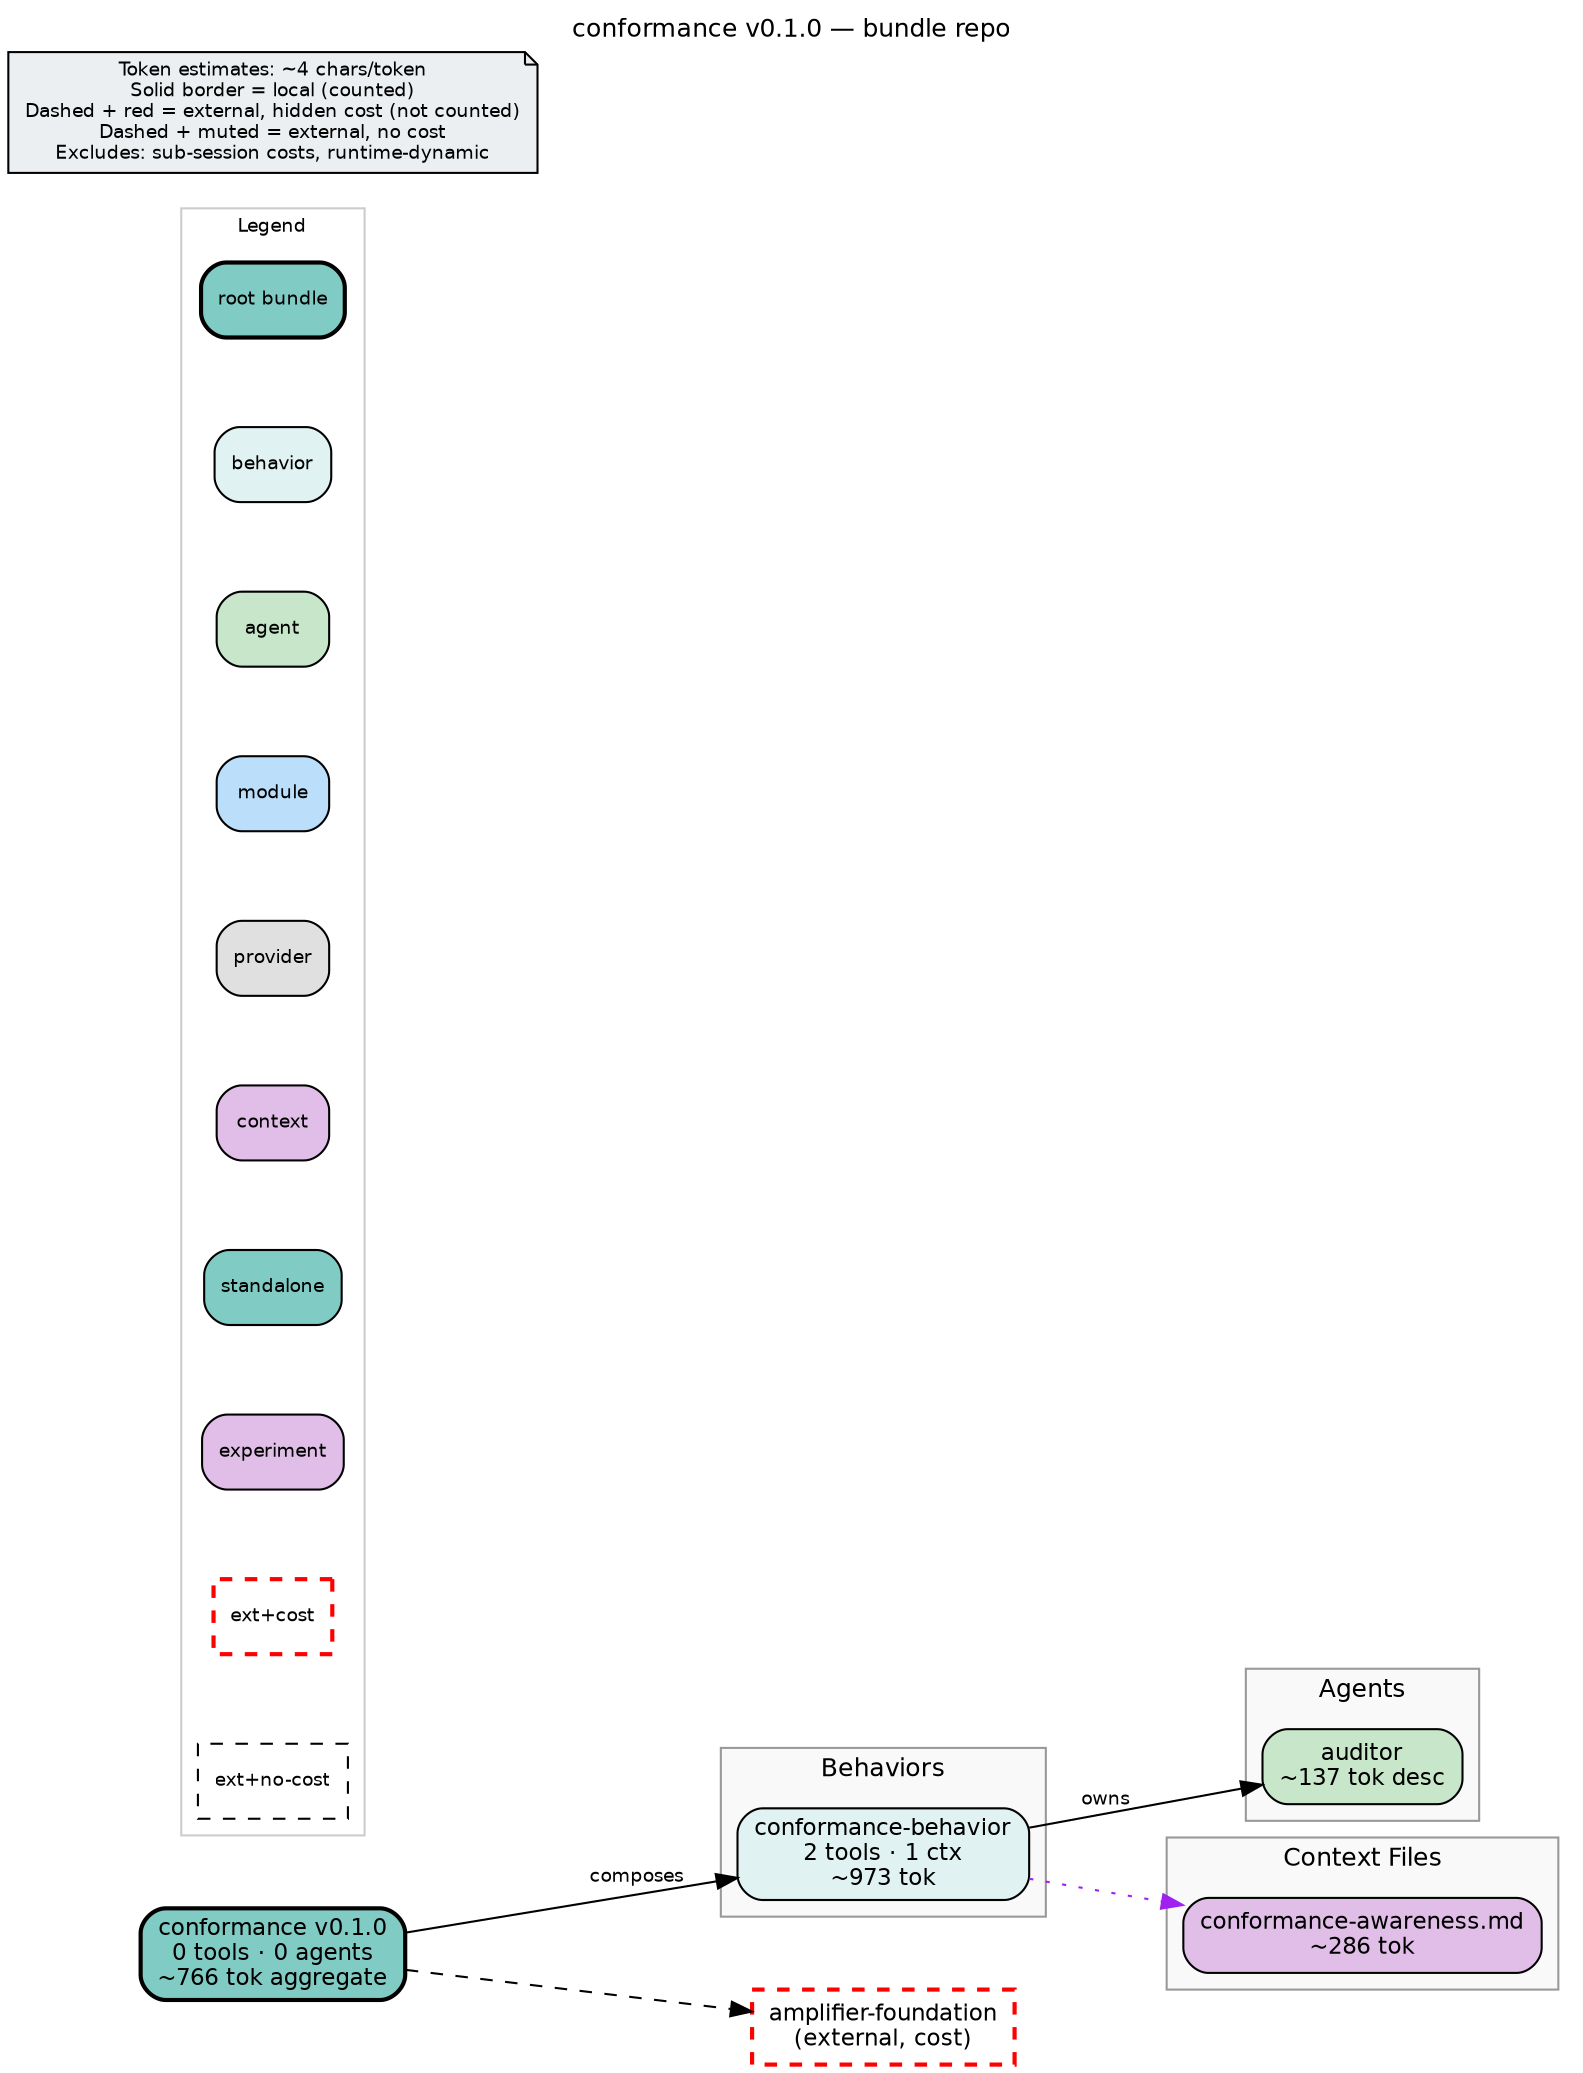
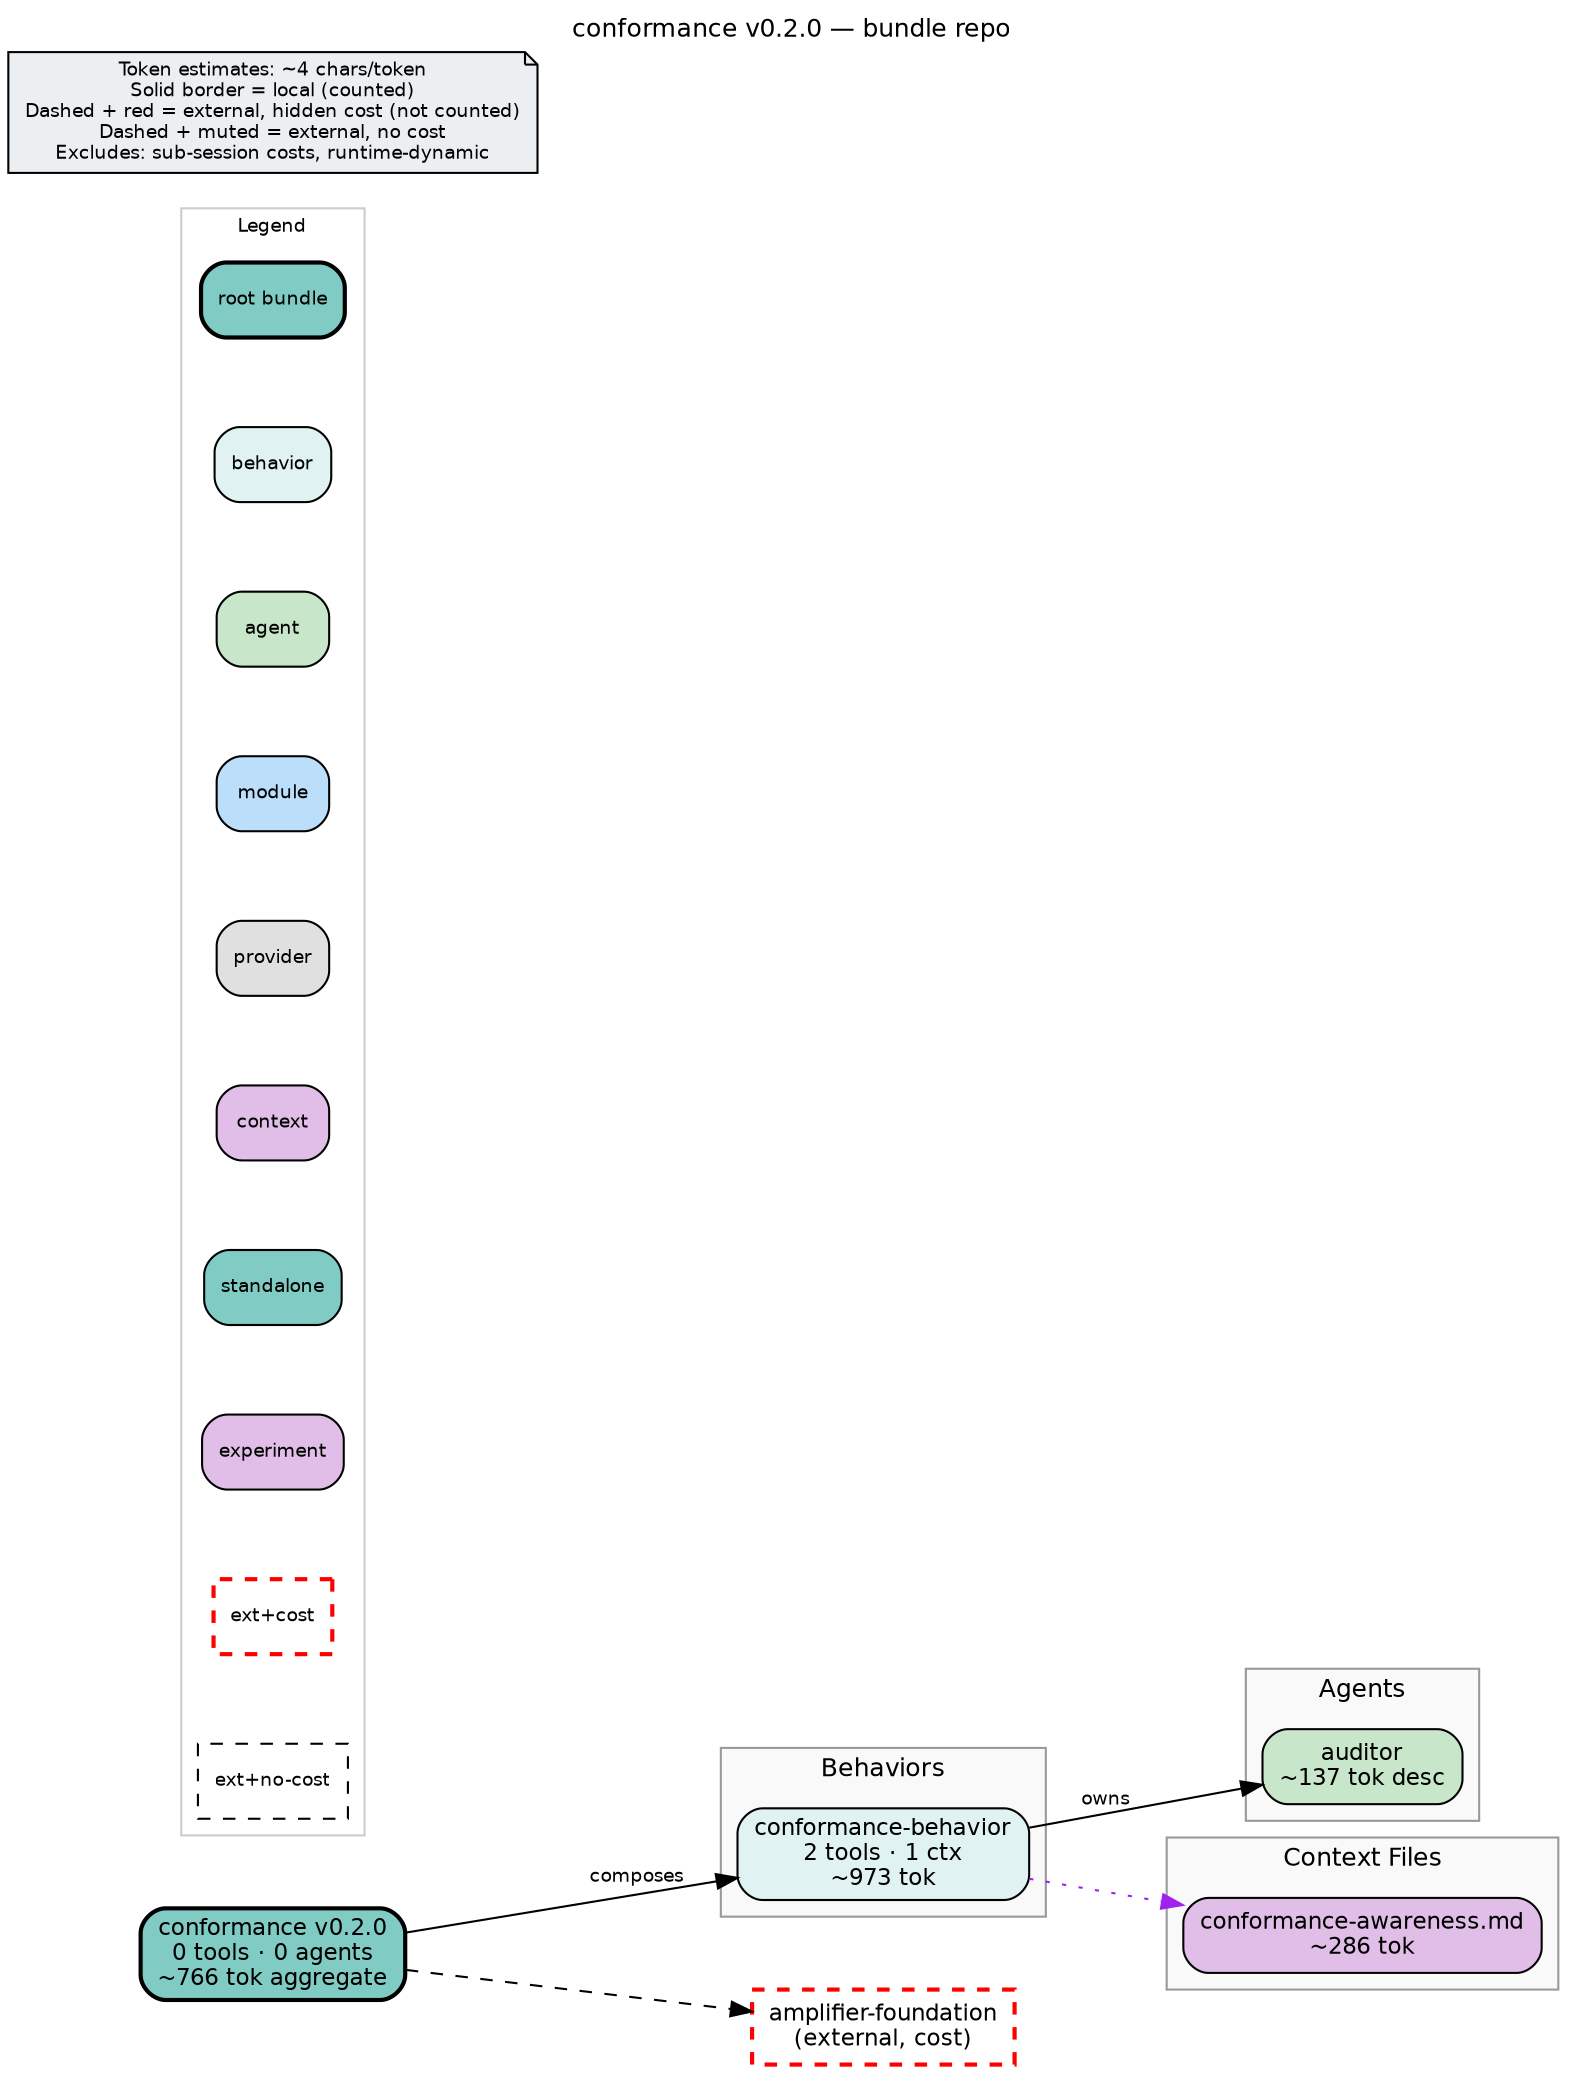
digraph conformance {
    rankdir=LR
    fontname="Helvetica"
    fontsize=12
-     label="conformance v0.1.0 — bundle repo"
+     label="conformance v0.2.0 — bundle repo"
    labelloc=t
    labeljust=c
    nodesep=0.6
    ranksep=0.7
    bgcolor="white"
-     source_hash="46a6294b0296615882d3e3f3e3d87af1550cfecb727206c663cbd9d64c91bae9"
+     source_hash="894d55164e123ddc59e49bcc88c474ae6d5c4822ad04084eeaab1399905e5b2b"

    node [fontname="Helvetica", fontsize=11, style="filled,rounded"]
    edge [fontname="Helvetica", fontsize=9]

-     root_conformance [label="conformance v0.1.0\n0 tools · 0 agents\n~766 tok aggregate", shape=box, fillcolor="#80cbc4", style="filled,rounded,bold", penwidth=2]
+     root_conformance [label="conformance v0.2.0\n0 tools · 0 agents\n~766 tok aggregate", shape=box, fillcolor="#80cbc4", style="filled,rounded,bold", penwidth=2]

    subgraph cluster_behaviors {
        label="Behaviors"
        style="filled"
        fillcolor="#f9f9f9"
        color="#999999"

        beh_conformance_behavior [label="conformance-behavior\n2 tools · 1 ctx\n~973 tok", shape=box, fillcolor="#e0f2f1", style="filled,rounded"]
    }

    subgraph cluster_agents {
        label="Agents"
        style="filled"
        fillcolor="#f9f9f9"
        color="#999999"

        agt_auditor [label="auditor\n~137 tok desc", shape=box, fillcolor="#c8e6c9", style="filled,rounded"]
    }

    subgraph cluster_context {
        label="Context Files"
        style="filled"
        fillcolor="#f9f9f9"
        color="#999999"

        ctx_conformance_awareness_md [label="conformance-awareness.md\n~286 tok", shape=box, fillcolor="#e1bee7", style="filled,rounded"]
    }

    subgraph cluster_legend {
        label="Legend"
        style="filled"
        fillcolor="white"
        color="#cccccc"
        fontsize=9

        leg_root [label="root bundle", shape=box, fillcolor="#80cbc4", style="filled,rounded,bold", fontsize=9]
        leg_behavior [label="behavior", shape=box, fillcolor="#e0f2f1", style="filled,rounded", fontsize=9]
        leg_agent [label="agent", shape=box, fillcolor="#c8e6c9", style="filled,rounded", fontsize=9]
        leg_module [label="module", shape=box, fillcolor="#bbdefb", style="filled,rounded", fontsize=9]
        leg_provider [label="provider", shape=box, fillcolor="#e0e0e0", style="filled,rounded", fontsize=9]
        leg_context [label="context", shape=box, fillcolor="#e1bee7", style="filled,rounded", fontsize=9]
        leg_standalone [label="standalone", shape=box, fillcolor="#80cbc4", style="filled,rounded", fontsize=9]
        leg_experiment [label="experiment", shape=box, fillcolor="#e1bee7", style="filled,rounded", fontsize=9]
        leg_ext_cost [label="ext+cost", shape=box, fillcolor="#80cbc4", style="dashed", color="red", penwidth=2, fontsize=9]
        leg_ext_muted [label="ext+no-cost", shape=box, fillcolor="#f5f5f5", style="dashed", fontsize=9]
    }

    disclaimer [label="Token estimates: ~4 chars/token\nSolid border = local (counted)\nDashed + red = external, hidden cost (not counted)\nDashed + muted = external, no cost\nExcludes: sub-session costs, runtime-dynamic", shape=note, fillcolor="#eceff1", style="filled", fontsize=9]

    ext_githttps___github_com_microsoft_amplifier_foundation_main [label="amplifier-foundation\n(external, cost)", shape=box, fillcolor="#80cbc4", style="dashed", color="red", penwidth=2]

    root_conformance -> ext_githttps___github_com_microsoft_amplifier_foundation_main [style=dashed]
    root_conformance -> beh_conformance_behavior [label="composes"]
    beh_conformance_behavior -> agt_auditor [label="owns"]
    beh_conformance_behavior -> ctx_conformance_awareness_md [style=dotted, color=purple]
}